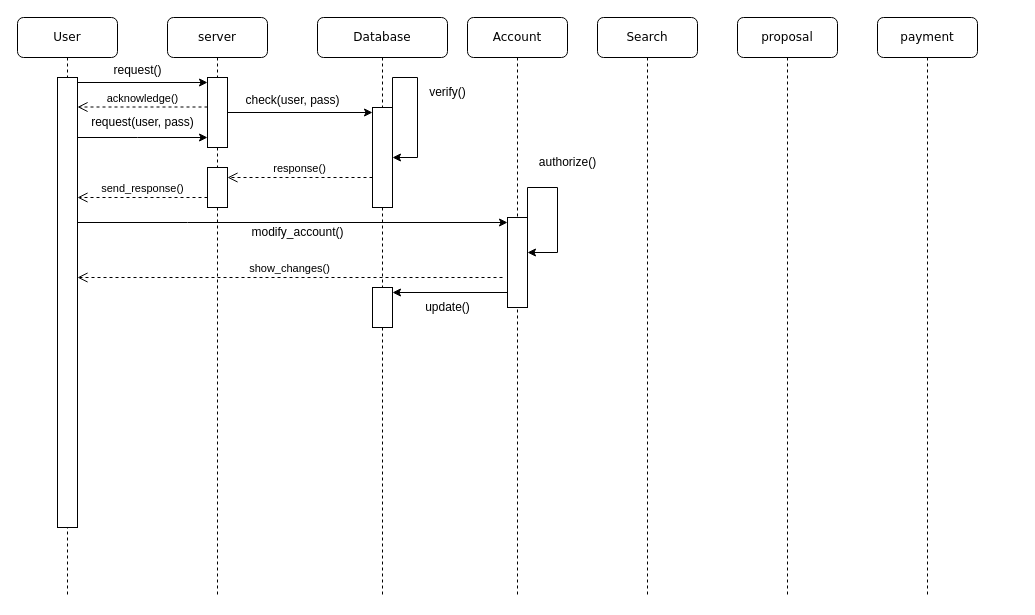
Before: interaction diagram.drawio in Jainil2004/SEPM, a draw.io diagram. Source tidied: cells renumbered, new cells numbered last; positions are measured from the earlier drawing's top-left corner, leaving out a move shared by most shapes. Both pictures are drawn from the tidied source at 100%, with x=0, y=0 at pixel (17, 17).
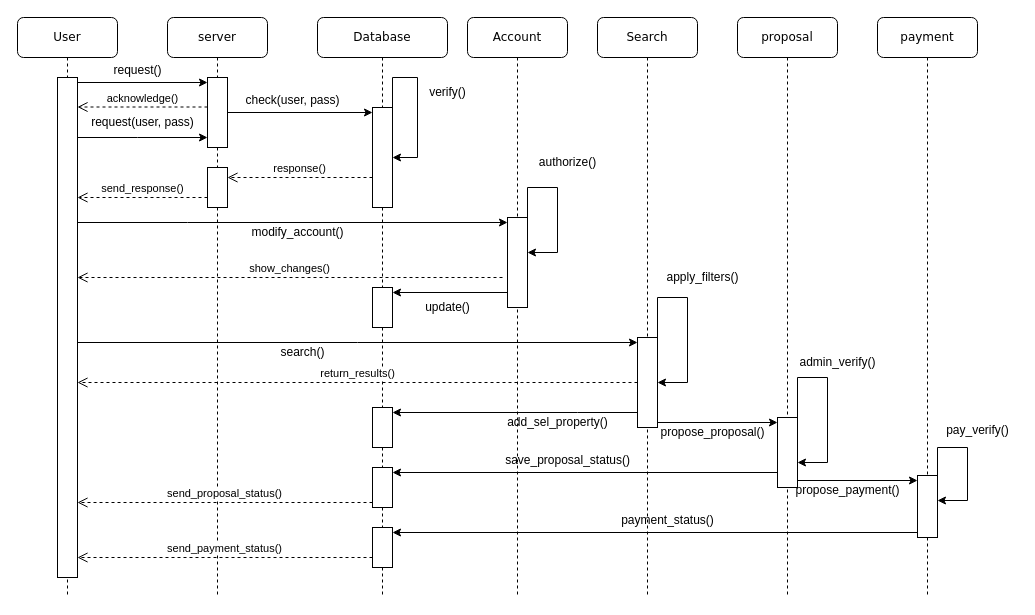
After the change.

Commit message:
interaction diagram v1 complete

Unchanged cells that the change refers to:
```xml
<mxCell id="6" value="Database" style="shape=umlLifeline;perimeter=lifelinePerimeter;whiteSpace=wrap;html=1;rounded=1;shadow=0;comic=0;labelBackgroundColor=none;strokeWidth=1;fontFamily=Verdana;fontSize=12;align=center;" parent="1" vertex="1">
  <mxGeometry x="300" width="130" height="580" as="geometry" />
</mxCell>
<mxCell id="15" value="Search" style="shape=umlLifeline;perimeter=lifelinePerimeter;whiteSpace=wrap;html=1;rounded=1;shadow=0;comic=0;labelBackgroundColor=none;strokeWidth=1;fontFamily=Verdana;fontSize=12;align=center;" parent="1" vertex="1">
  <mxGeometry x="580" width="100" height="580" as="geometry" />
</mxCell>
<mxCell id="16" value="proposal" style="shape=umlLifeline;perimeter=lifelinePerimeter;whiteSpace=wrap;html=1;rounded=1;shadow=0;comic=0;labelBackgroundColor=none;strokeWidth=1;fontFamily=Verdana;fontSize=12;align=center;" parent="1" vertex="1">
  <mxGeometry x="720" width="100" height="580" as="geometry" />
</mxCell>
<mxCell id="17" value="payment" style="shape=umlLifeline;perimeter=lifelinePerimeter;whiteSpace=wrap;html=1;rounded=1;shadow=0;comic=0;labelBackgroundColor=none;strokeWidth=1;fontFamily=Verdana;fontSize=12;align=center;" parent="1" vertex="1">
  <mxGeometry x="860" width="100" height="580" as="geometry" />
</mxCell>
<mxCell id="18" value="User" style="shape=umlLifeline;perimeter=lifelinePerimeter;whiteSpace=wrap;html=1;rounded=1;shadow=0;comic=0;labelBackgroundColor=none;strokeWidth=1;fontFamily=Verdana;fontSize=12;align=center;" parent="1" vertex="1">
  <mxGeometry width="100" height="580" as="geometry" />
</mxCell>
```

The edit, as a diff of the source:
```diff
@@
+    <mxCell id="33" style="html=1;points=[[0,0,0,0,5],[0,1,0,0,-5],[1,0,0,0,5],[1,1,0,0,-5]];perimeter=orthogonalPerimeter;outlineConnect=0;targetShapes=umlLifeline;portConstraint=eastwest;newEdgeStyle={&quot;curved&quot;:0,&quot;rounded&quot;:0};" parent="6" vertex="1">
+      <mxGeometry x="55" y="390" width="20" height="40" as="geometry" />
+    </mxCell>
+    <mxCell id="34" style="html=1;points=[[0,0,0,0,5],[0,1,0,0,-5],[1,0,0,0,5],[1,1,0,0,-5]];perimeter=orthogonalPerimeter;outlineConnect=0;targetShapes=umlLifeline;portConstraint=eastwest;newEdgeStyle={&quot;curved&quot;:0,&quot;rounded&quot;:0};" parent="6" vertex="1">
+      <mxGeometry x="55" y="450" width="20" height="40" as="geometry" />
+    </mxCell>
+    <mxCell id="35" style="html=1;points=[[0,0,0,0,5],[0,1,0,0,-5],[1,0,0,0,5],[1,1,0,0,-5]];perimeter=orthogonalPerimeter;outlineConnect=0;targetShapes=umlLifeline;portConstraint=eastwest;newEdgeStyle={&quot;curved&quot;:0,&quot;rounded&quot;:0};" parent="6" vertex="1">
+      <mxGeometry x="55" y="510" width="20" height="40" as="geometry" />
+    </mxCell>
@@
+    <mxCell id="36" style="html=1;points=[[0,0,0,0,5],[0,1,0,0,-5],[1,0,0,0,5],[1,1,0,0,-5]];perimeter=orthogonalPerimeter;outlineConnect=0;targetShapes=umlLifeline;portConstraint=eastwest;newEdgeStyle={&quot;curved&quot;:0,&quot;rounded&quot;:0};" parent="15" vertex="1">
+      <mxGeometry x="40" y="320" width="20" height="90" as="geometry" />
+    </mxCell>
+    <mxCell id="37" style="edgeStyle=orthogonalEdgeStyle;rounded=0;orthogonalLoop=1;jettySize=auto;html=1;curved=0;exitX=1;exitY=0;exitDx=0;exitDy=5;exitPerimeter=0;" parent="15" edge="1" source="36" target="36">
+      <mxGeometry relative="1" as="geometry">
+        <Array as="points">
+          <mxPoint x="60" y="280" />
+          <mxPoint x="90" y="280" />
+          <mxPoint x="90" y="365" />
+        </Array>
+      </mxGeometry>
+    </mxCell>
@@
+    <mxCell id="38" style="html=1;points=[[0,0,0,0,5],[0,1,0,0,-5],[1,0,0,0,5],[1,1,0,0,-5]];perimeter=orthogonalPerimeter;outlineConnect=0;targetShapes=umlLifeline;portConstraint=eastwest;newEdgeStyle={&quot;curved&quot;:0,&quot;rounded&quot;:0};" parent="16" vertex="1">
+      <mxGeometry x="40" y="400" width="20" height="70" as="geometry" />
+    </mxCell>
+    <mxCell id="39" style="edgeStyle=orthogonalEdgeStyle;rounded=0;orthogonalLoop=1;jettySize=auto;html=1;curved=0;exitX=1;exitY=0;exitDx=0;exitDy=5;exitPerimeter=0;" parent="16" edge="1" source="38" target="38">
+      <mxGeometry relative="1" as="geometry">
+        <Array as="points">
+          <mxPoint x="60" y="360" />
+          <mxPoint x="90" y="360" />
+          <mxPoint x="90" y="445" />
+        </Array>
+      </mxGeometry>
+    </mxCell>
@@
+    <mxCell id="40" style="html=1;points=[[0,0,0,0,5],[0,1,0,0,-5],[1,0,0,0,5],[1,1,0,0,-5]];perimeter=orthogonalPerimeter;outlineConnect=0;targetShapes=umlLifeline;portConstraint=eastwest;newEdgeStyle={&quot;curved&quot;:0,&quot;rounded&quot;:0};" parent="17" vertex="1">
+      <mxGeometry x="40" y="458" width="20" height="62" as="geometry" />
+    </mxCell>
+    <mxCell id="41" style="edgeStyle=orthogonalEdgeStyle;rounded=0;orthogonalLoop=1;jettySize=auto;html=1;curved=0;exitX=1;exitY=0;exitDx=0;exitDy=5;exitPerimeter=0;" parent="17" edge="1" source="40" target="40">
+      <mxGeometry relative="1" as="geometry">
+        <Array as="points">
+          <mxPoint x="60" y="430" />
+          <mxPoint x="90" y="430" />
+          <mxPoint x="90" y="483" />
+        </Array>
+      </mxGeometry>
+    </mxCell>
@@
     <mxCell id="19" style="html=1;points=[[0,0,0,0,5],[0,1,0,0,-5],[1,0,0,0,5],[1,1,0,0,-5]];perimeter=orthogonalPerimeter;outlineConnect=0;targetShapes=umlLifeline;portConstraint=eastwest;newEdgeStyle={&quot;curved&quot;:0,&quot;rounded&quot;:0};" parent="18" vertex="1">
-      <mxGeometry x="40" y="60" width="20" height="450" as="geometry" />
+      <mxGeometry x="40" y="60" width="20" height="500" as="geometry" />
     </mxCell>
@@
+    <mxCell id="42" style="edgeStyle=orthogonalEdgeStyle;rounded=0;jettySize=auto;html=1;curved=0;entryX=0;entryY=0;entryDx=0;entryDy=5;entryPerimeter=0;" parent="1" edge="1" source="19" target="36">
+      <mxGeometry relative="1" as="geometry">
+        <Array as="points">
+          <mxPoint x="340" y="325" />
+          <mxPoint x="340" y="325" />
+        </Array>
+      </mxGeometry>
+    </mxCell>
+    <mxCell id="43" value="search()" style="text;html=1;align=center;verticalAlign=middle;strokeColor=none;fillColor=none;" parent="1" vertex="1">
+      <mxGeometry x="250" y="320" width="70" height="30" as="geometry" />
+    </mxCell>
+    <mxCell id="44" value="apply_filters()" style="text;html=1;align=center;verticalAlign=middle;strokeColor=none;fillColor=none;" parent="1" vertex="1">
+      <mxGeometry x="640" y="245" width="90" height="30" as="geometry" />
+    </mxCell>
+    <mxCell id="45" value="return_results()" style="html=1;verticalAlign=bottom;endArrow=open;dashed=1;endSize=8;curved=0;rounded=0;" parent="1" edge="1" source="36" target="19">
+      <mxGeometry relative="1" as="geometry" />
+    </mxCell>
+    <mxCell id="46" style="edgeStyle=orthogonalEdgeStyle;rounded=0;jettySize=auto;html=1;curved=0;entryX=1;entryY=0;entryDx=0;entryDy=5;entryPerimeter=0;" parent="1" edge="1" source="36" target="33">
+      <mxGeometry relative="1" as="geometry">
+        <Array as="points">
+          <mxPoint x="560" y="395" />
+          <mxPoint x="560" y="395" />
+        </Array>
+      </mxGeometry>
+    </mxCell>
+    <mxCell id="47" value="add_sel_property()" style="text;html=1;align=center;verticalAlign=middle;strokeColor=none;fillColor=none;" parent="1" vertex="1">
+      <mxGeometry x="480" y="390" width="120" height="30" as="geometry" />
+    </mxCell>
+    <mxCell id="48" style="edgeStyle=orthogonalEdgeStyle;rounded=0;jettySize=auto;html=1;curved=0;exitX=1;exitY=1;exitDx=0;exitDy=-5;exitPerimeter=0;entryX=0;entryY=0;entryDx=0;entryDy=5;entryPerimeter=0;" parent="1" edge="1" source="36" target="38">
+      <mxGeometry relative="1" as="geometry" />
+    </mxCell>
+    <mxCell id="49" value="propose_proposal()" style="text;html=1;align=center;verticalAlign=middle;strokeColor=none;fillColor=none;" parent="1" vertex="1">
+      <mxGeometry x="630" y="400" width="130" height="30" as="geometry" />
+    </mxCell>
+    <mxCell id="50" value="admin_verify()" style="text;html=1;align=center;verticalAlign=middle;strokeColor=none;fillColor=none;" parent="1" vertex="1">
+      <mxGeometry x="770" y="330" width="100" height="30" as="geometry" />
+    </mxCell>
+    <mxCell id="51" style="edgeStyle=orthogonalEdgeStyle;rounded=0;jettySize=auto;html=1;curved=0;exitX=0;exitY=1;exitDx=0;exitDy=-5;exitPerimeter=0;entryX=1;entryY=0;entryDx=0;entryDy=5;entryPerimeter=0;" parent="1" edge="1" source="38" target="34">
+      <mxGeometry relative="1" as="geometry">
+        <Array as="points">
+          <mxPoint x="760" y="455" />
+        </Array>
+      </mxGeometry>
+    </mxCell>
+    <mxCell id="52" value="save_proposal_status()" style="text;html=1;align=center;verticalAlign=middle;strokeColor=none;fillColor=none;" parent="1" vertex="1">
+      <mxGeometry x="475" y="428" width="150" height="30" as="geometry" />
+    </mxCell>
+    <mxCell id="53" value="send_proposal_status()" style="html=1;verticalAlign=bottom;endArrow=open;dashed=1;endSize=8;curved=0;rounded=0;exitX=0;exitY=1;exitDx=0;exitDy=-5;exitPerimeter=0;" parent="1" edge="1" source="34" target="19">
+      <mxGeometry relative="1" as="geometry" />
+    </mxCell>
+    <mxCell id="54" style="edgeStyle=orthogonalEdgeStyle;rounded=0;jettySize=auto;html=1;curved=0;exitX=1;exitY=1;exitDx=0;exitDy=-5;exitPerimeter=0;entryX=0;entryY=0;entryDx=0;entryDy=5;entryPerimeter=0;" parent="1" edge="1" source="38" target="40">
+      <mxGeometry relative="1" as="geometry">
+        <Array as="points">
+          <mxPoint x="780" y="463" />
+        </Array>
+      </mxGeometry>
+    </mxCell>
+    <mxCell id="55" value="propose_payment()" style="text;html=1;align=center;verticalAlign=middle;strokeColor=none;fillColor=none;" parent="1" vertex="1">
+      <mxGeometry x="765" y="458" width="130" height="30" as="geometry" />
+    </mxCell>
+    <mxCell id="56" value="pay_verify()" style="text;html=1;align=center;verticalAlign=middle;strokeColor=none;fillColor=none;" parent="1" vertex="1">
+      <mxGeometry x="920" y="398" width="80" height="30" as="geometry" />
+    </mxCell>
+    <mxCell id="57" style="edgeStyle=orthogonalEdgeStyle;rounded=0;jettySize=auto;html=1;curved=0;exitX=0;exitY=1;exitDx=0;exitDy=-5;exitPerimeter=0;entryX=1;entryY=0;entryDx=0;entryDy=5;entryPerimeter=0;" parent="1" edge="1" source="40" target="35">
+      <mxGeometry relative="1" as="geometry">
+        <Array as="points">
+          <mxPoint x="900" y="515" />
+        </Array>
+      </mxGeometry>
+    </mxCell>
+    <mxCell id="58" value="payment_status()" style="text;html=1;align=center;verticalAlign=middle;strokeColor=none;fillColor=none;" parent="1" vertex="1">
+      <mxGeometry x="595" y="488" width="110" height="30" as="geometry" />
+    </mxCell>
+    <mxCell id="59" value="send_payment_status()" style="html=1;verticalAlign=bottom;endArrow=open;dashed=1;endSize=8;curved=0;rounded=0;exitX=0;exitY=1;exitDx=0;exitDy=-5;exitPerimeter=0;" parent="1" edge="1">
+      <mxGeometry relative="1" as="geometry">
+        <mxPoint x="355" y="540" as="sourcePoint" />
+        <mxPoint x="60" y="540" as="targetPoint" />
+      </mxGeometry>
+    </mxCell>
```
